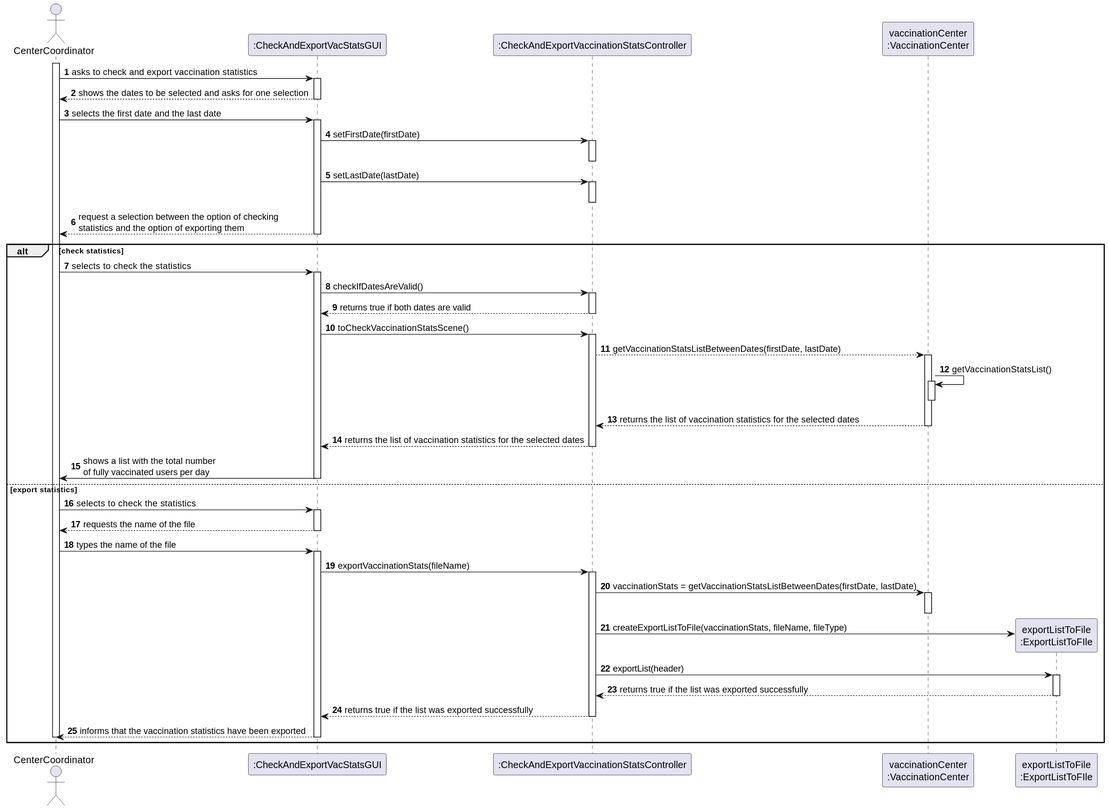
Above: docs/SprintD/US015/US015_SD.svg in Pirussa/lei-22-s2-1da-g02 (PlantUML), before the change.
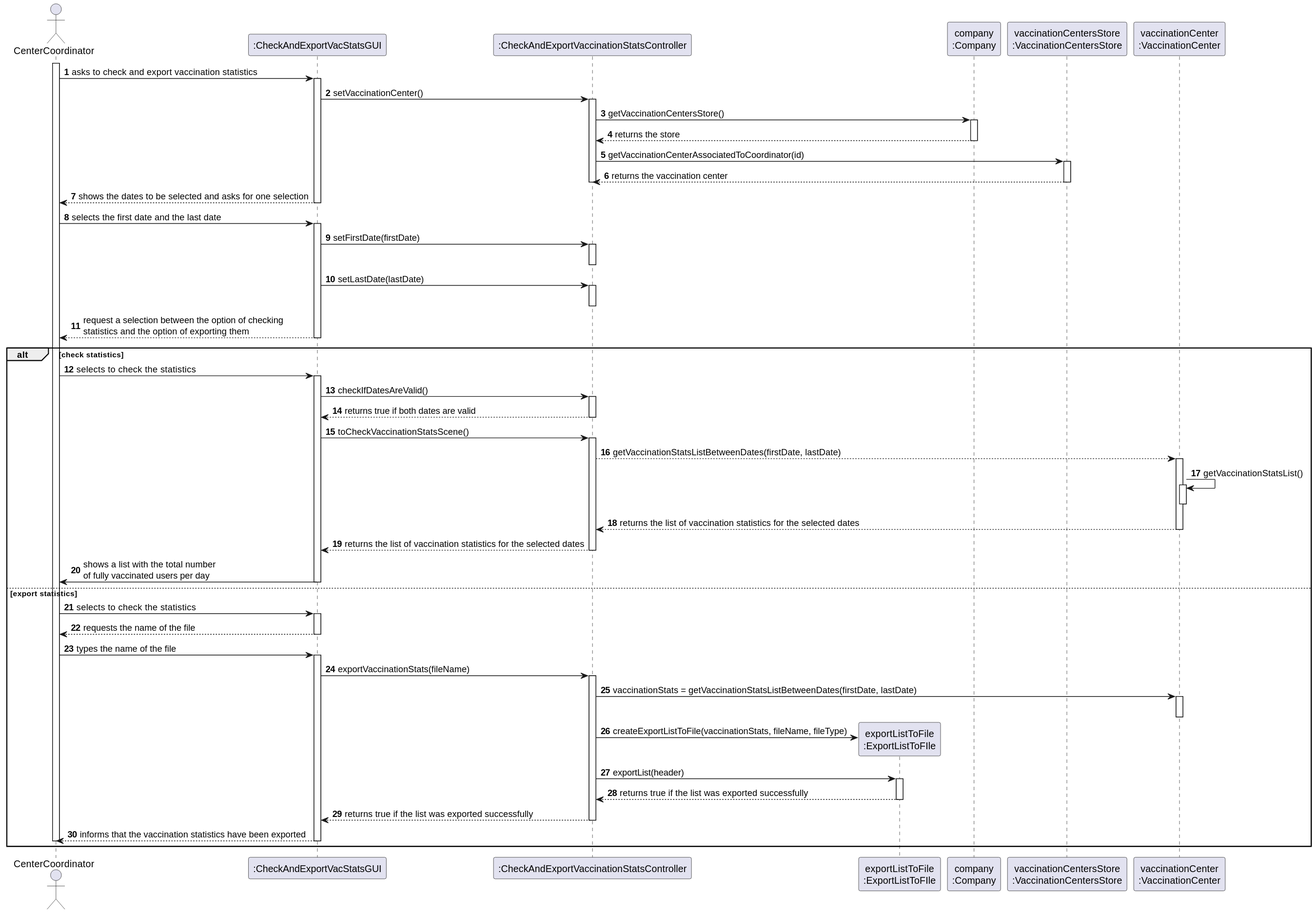
After the change.

What changed in the source:
```diff
@@ -6,15 +6,32 @@
 
 participant ":CheckAndExportVacStatsGUI" as UI
 participant ":CheckAndExportVaccinationStatsController" as CTRL
+participant "exportListToFile\n:ExportListToFIle" as EL
+participant "company\n:Company" as C
+participant "vaccinationCentersStore\n:VaccinationCentersStore" as S
 participant "vaccinationCenter\n:VaccinationCenter" as VC
-participant "exportListToFile\n:ExportListToFIle" as EL
-
 
 
 activate CC
 CC -> UI :asks to check and export vaccination statistics
 
 activate UI
+
+UI -> CTRL : setVaccinationCenter()
+activate CTRL
+CTRL -> C : getVaccinationCentersStore()
+activate C
+C --> CTRL : returns the store
+deactivate C
+
+CTRL -> S : getVaccinationCenterAssociatedToCoordinator(id)
+activate S
+S --> CTRL : returns the vaccination center
+deactivate S
+
+
+deactivate CTRL
+
 UI --> CC : shows the dates to be selected and asks for one selection
 deactivate UI
 
```
